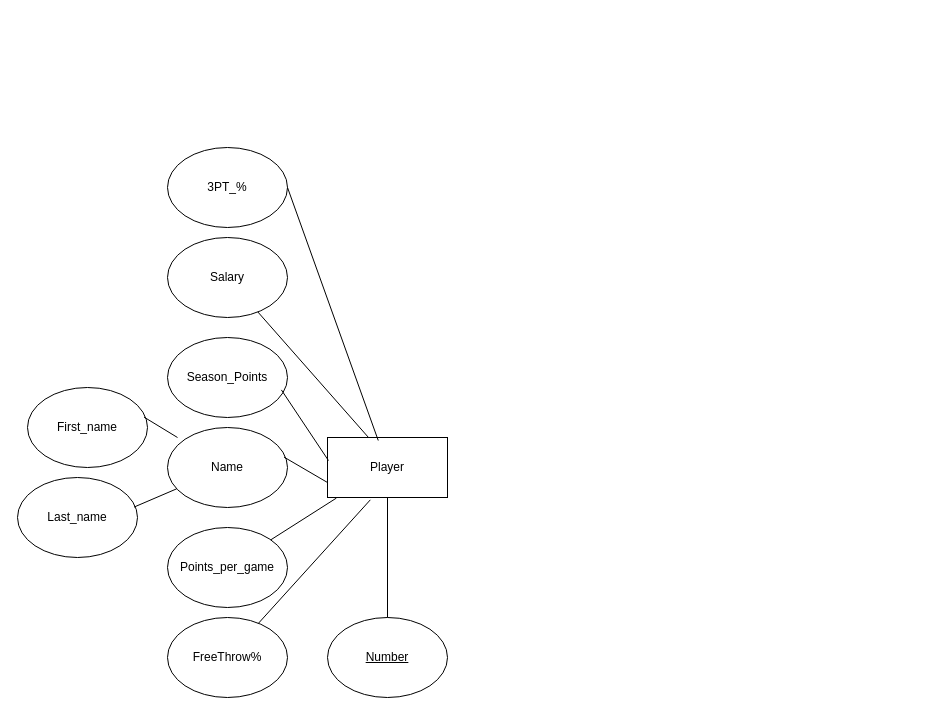
Enzeiei/Kirai-tte keeps this draw.io diagram as Untitled Diagram.drawio. Above is the earlier version. Source tidied: cells renumbered, new cells numbered last; positions are measured from the earlier drawing's top-left corner, leaving out a move shared by most shapes. Both pictures are drawn from the tidied source at 100%, with x=0, y=0 at pixel (17, 147).
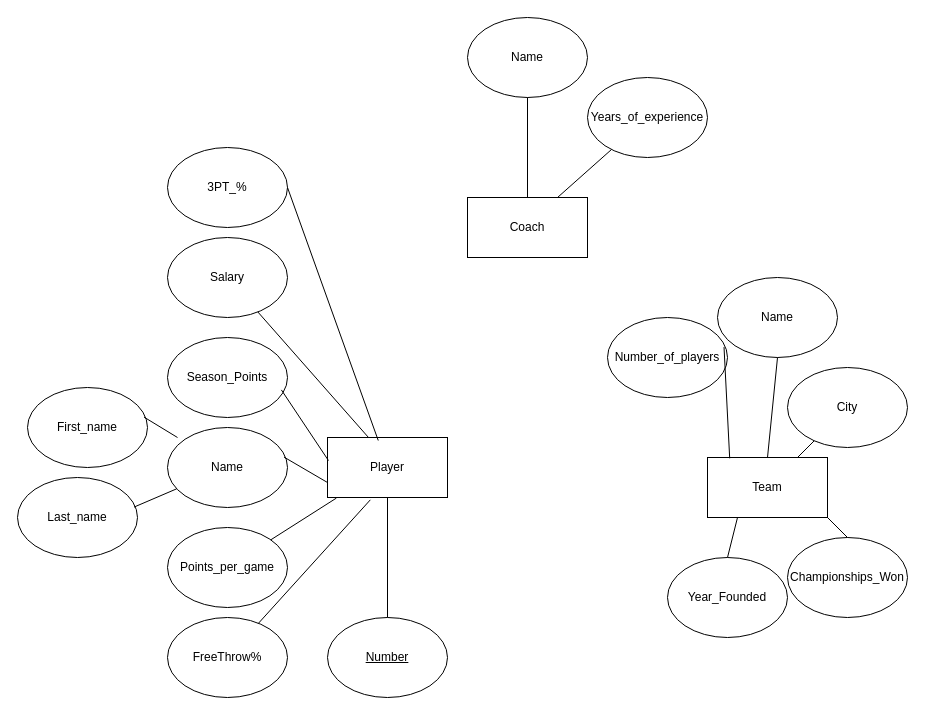
After the change.

Change to the diagram source:
```diff
@@
+    <mxCell id="21" value="Team" style="rounded=0;whiteSpace=wrap;html=1;" parent="1" vertex="1">
+      <mxGeometry x="690" y="310" width="120" height="60" as="geometry" />
+    </mxCell>
+    <mxCell id="22" value="Name" style="ellipse;whiteSpace=wrap;html=1;" parent="1" vertex="1">
+      <mxGeometry x="700" y="130" width="120" height="80" as="geometry" />
+    </mxCell>
+    <mxCell id="23" style="endArrow=none;html=1;rounded=0;exitX=0.5;exitY=0;exitDx=0;exitDy=0;entryX=0.5;entryY=1;entryDx=0;entryDy=0;" parent="1" edge="1" source="21" target="22">
+      <mxGeometry relative="1" as="geometry" />
+    </mxCell>
+    <mxCell id="24" value="Number_of_players" style="ellipse;whiteSpace=wrap;html=1;" parent="1" vertex="1">
+      <mxGeometry x="590" y="170" width="120" height="80" as="geometry" />
+    </mxCell>
+    <mxCell id="25" style="endArrow=none;html=1;rounded=0;exitX=0.185;exitY=0.014;exitDx=0;exitDy=0;entryX=0.971;entryY=0.37;entryDx=0;entryDy=0;entryPerimeter=0;exitPerimeter=0;" parent="1" edge="1" source="21" target="24">
+      <mxGeometry relative="1" as="geometry" />
+    </mxCell>
+    <mxCell id="26" value="City" style="ellipse;whiteSpace=wrap;html=1;" parent="1" vertex="1">
+      <mxGeometry x="770" y="220" width="120" height="80" as="geometry" />
+    </mxCell>
+    <mxCell id="27" style="endArrow=none;html=1;rounded=0;" parent="1" edge="1" source="21" target="26">
+      <mxGeometry relative="1" as="geometry" />
+    </mxCell>
+    <mxCell id="28" value="Championships_Won" style="ellipse;whiteSpace=wrap;html=1;" parent="1" vertex="1">
+      <mxGeometry x="770" y="390" width="120" height="80" as="geometry" />
+    </mxCell>
+    <mxCell id="29" style="endArrow=none;html=1;rounded=0;exitX=0.5;exitY=0;exitDx=0;exitDy=0;entryX=1;entryY=1;entryDx=0;entryDy=0;" parent="1" edge="1" source="28" target="21">
+      <mxGeometry relative="1" as="geometry" />
+    </mxCell>
+    <mxCell id="30" value="Year_Founded" style="ellipse;whiteSpace=wrap;html=1;" parent="1" vertex="1">
+      <mxGeometry x="650" y="410" width="120" height="80" as="geometry" />
+    </mxCell>
+    <mxCell id="31" style="endArrow=none;html=1;rounded=0;exitX=0.5;exitY=0;exitDx=0;exitDy=0;entryX=0.25;entryY=1;entryDx=0;entryDy=0;" parent="1" edge="1" source="30" target="21">
+      <mxGeometry relative="1" as="geometry" />
+    </mxCell>
+    <mxCell id="32" value="Coach" style="rounded=0;whiteSpace=wrap;html=1;" parent="1" vertex="1">
+      <mxGeometry x="450" y="50" width="120" height="60" as="geometry" />
+    </mxCell>
+    <mxCell id="33" value="Name" style="ellipse;whiteSpace=wrap;html=1;" parent="1" vertex="1">
+      <mxGeometry x="450" y="-130" width="120" height="80" as="geometry" />
+    </mxCell>
+    <mxCell id="34" style="endArrow=none;html=1;rounded=0;entryX=0.5;entryY=1;entryDx=0;entryDy=0;exitX=0.5;exitY=0;exitDx=0;exitDy=0;" parent="1" edge="1" source="32" target="33">
+      <mxGeometry relative="1" as="geometry" />
+    </mxCell>
+    <mxCell id="35" value="Years_of_experience" style="ellipse;whiteSpace=wrap;html=1;" parent="1" vertex="1">
+      <mxGeometry x="570" y="-70" width="120" height="80" as="geometry" />
+    </mxCell>
+    <mxCell id="36" style="endArrow=none;html=1;rounded=0;exitX=0.75;exitY=0;exitDx=0;exitDy=0;" parent="1" edge="1" source="32" target="35">
+      <mxGeometry relative="1" as="geometry" />
+    </mxCell>
```
